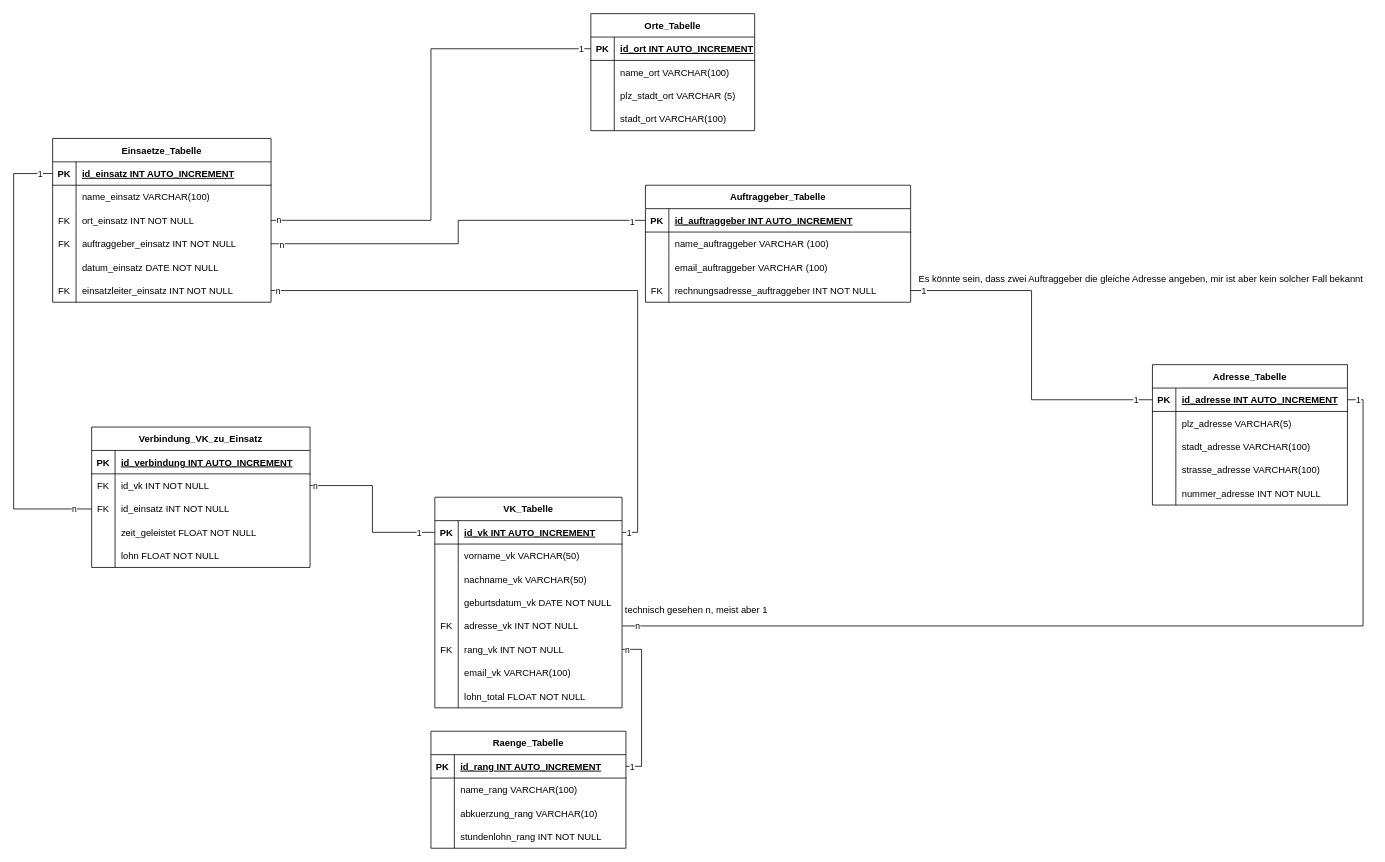
Above: ERM_Datenbank.drawio in CMSuisse/ef5-Datenbank-Projekt (draw.io), before the change. Source tidied: cells renumbered, new cells numbered last; positions are measured from the earlier drawing's top-left corner, leaving out a move shared by most shapes. Both pictures are drawn from the tidied source at 78%, with x=0, y=0 at pixel (13, 13).
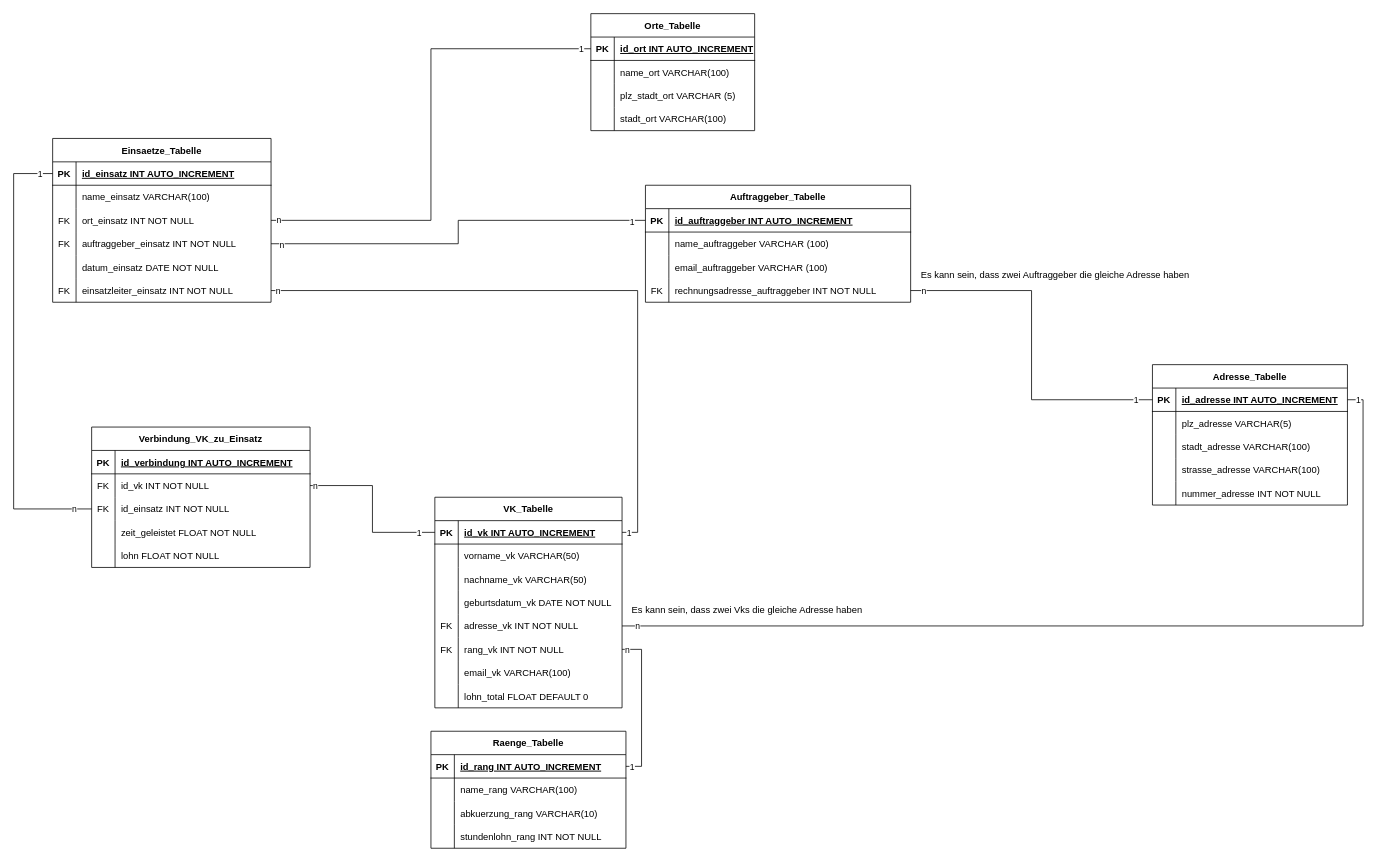
After the change.

Commit message (it also covers changes not shown here):
Continued work in insert.php Added validate functions for all other forms to avoid duplicate entries. Updated the einsatz validation function to avoid duplicate entries.

Unchanged cells that the change refers to:
```xml
<mxCell id="69" style="edgeStyle=orthogonalEdgeStyle;rounded=0;jettySize=auto;html=1;exitX=1;exitY=0.5;exitDx=0;exitDy=0;entryX=0;entryY=0.5;entryDx=0;entryDy=0;endArrow=none;endFill=0;" parent="1" edge="1" source="44" target="54">
  <mxGeometry relative="1" as="geometry" />
</mxCell>
<mxCell id="94" style="shape=tableRow;horizontal=0;startSize=0;swimlaneHead=0;swimlaneBody=0;fillColor=none;top=0;left=0;right=0;bottom=0;" parent="72" vertex="1">
  <mxGeometry y="240" width="240" height="30" as="geometry" />
</mxCell>
```

What changed in the source:
```diff
@@
-    <mxCell id="71" value="1" style="edgeLabel;html=1;align=center;verticalAlign=middle;" parent="69" vertex="1">
+    <mxCell id="71" value="n" style="edgeLabel;html=1;align=center;verticalAlign=middle;" parent="69" vertex="1">
       <mxGeometry x="-0.93" relative="1" as="geometry" />
     </mxCell>
@@
-    <mxCell id="96" value="lohn_total FLOAT NOT NULL" style="shape=partialRectangle;fillColor=none;top=0;left=0;bottom=0;right=0;align=left;spacingLeft=6;overflow=hidden;" parent="94" vertex="1">
+    <mxCell id="96" value="lohn_total FLOAT DEFAULT 0" style="shape=partialRectangle;fillColor=none;top=0;left=0;bottom=0;right=0;align=left;spacingLeft=6;overflow=hidden;" parent="94" vertex="1">
       <mxGeometry x="30" width="210" height="30" as="geometry" />
     </mxCell>
@@
-    <mxCell id="138" value="technisch gesehen n, meist aber 1" style="text;html=1;align=center;verticalAlign=middle;strokeColor=none;fillColor=none;" parent="1" vertex="1">
-      <mxGeometry x="770" y="750" width="210" height="30" as="geometry" />
+    <mxCell id="138" value="Es kann sein, dass zwei Vks die gleiche Adresse haben" style="text;html=1;align=center;verticalAlign=middle;strokeColor=none;fillColor=none;" parent="1" vertex="1">
+      <mxGeometry x="780" y="750" width="320" height="30" as="geometry" />
     </mxCell>
-    <mxCell id="139" value="Es könnte sein, dass zwei Auftraggeber die gleiche Adresse angeben, mir ist aber kein solcher Fall bekannt" style="text;html=1;align=center;verticalAlign=middle;strokeColor=none;fillColor=none;" parent="1" vertex="1">
-      <mxGeometry x="1150" y="325" width="590" height="30" as="geometry" />
+    <mxCell id="139" value="Es kann sein, dass zwei Auftraggeber die gleiche Adresse haben" style="text;html=1;align=center;verticalAlign=middle;strokeColor=none;fillColor=none;" parent="1" vertex="1">
+      <mxGeometry x="1150" y="320" width="370" height="30" as="geometry" />
     </mxCell>
```
